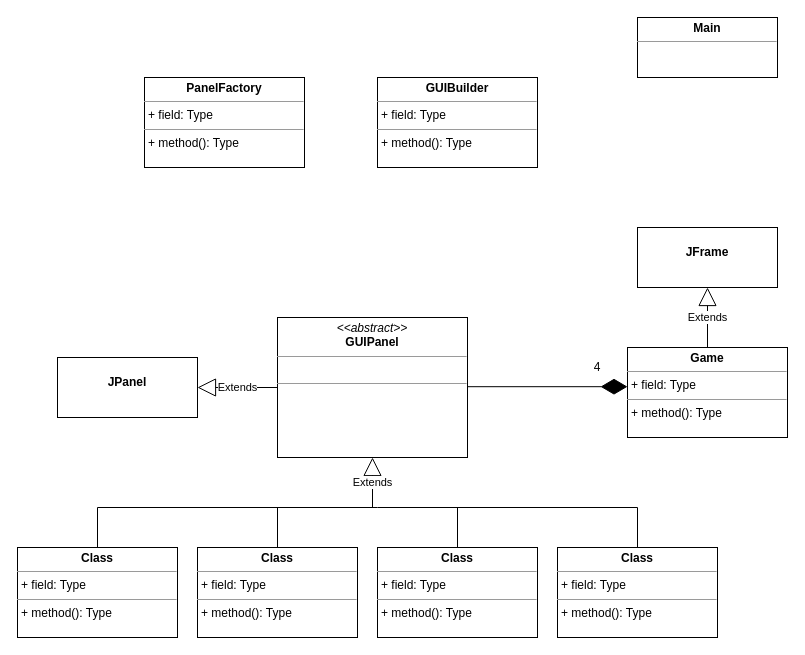
The draw.io diagram view.drawio in Robert-0410/360GroupProject, before the edit. Source tidied: cells renumbered, new cells numbered last; positions are measured from the earlier drawing's top-left corner, leaving out a move shared by most shapes. Both pictures are drawn from the tidied source at 100%, with x=0, y=0 at pixel (17, 17).
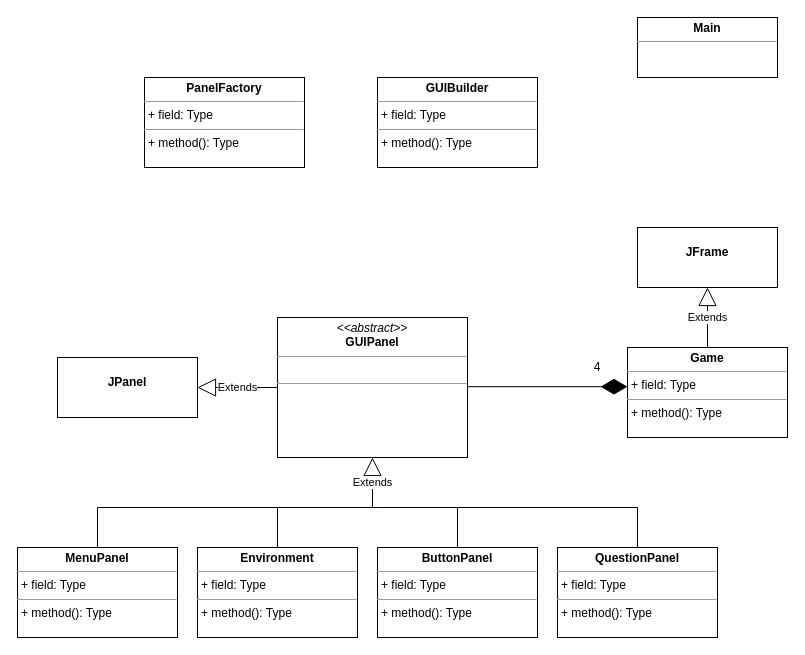
After the change.

Commit message:
Added the rest of panels that make up GUI.

Change to the diagram source:
```diff
@@
-    <mxCell id="4" value="&lt;p style=&quot;margin:0px;margin-top:4px;text-align:center;&quot;&gt;&lt;b&gt;Class&lt;/b&gt;&lt;/p&gt;&lt;hr size=&quot;1&quot;/&gt;&lt;p style=&quot;margin:0px;margin-left:4px;&quot;&gt;+ field: Type&lt;/p&gt;&lt;hr size=&quot;1&quot;/&gt;&lt;p style=&quot;margin:0px;margin-left:4px;&quot;&gt;+ method(): Type&lt;/p&gt;" style="verticalAlign=top;align=left;overflow=fill;fontSize=12;fontFamily=Helvetica;html=1;" parent="1" vertex="1">
+    <mxCell id="4" value="&lt;p style=&quot;margin: 0px ; margin-top: 4px ; text-align: center&quot;&gt;&lt;b&gt;MenuPanel&lt;/b&gt;&lt;/p&gt;&lt;hr size=&quot;1&quot;&gt;&lt;p style=&quot;margin: 0px ; margin-left: 4px&quot;&gt;+ field: Type&lt;/p&gt;&lt;hr size=&quot;1&quot;&gt;&lt;p style=&quot;margin: 0px ; margin-left: 4px&quot;&gt;+ method(): Type&lt;/p&gt;" style="verticalAlign=top;align=left;overflow=fill;fontSize=12;fontFamily=Helvetica;html=1;" parent="1" vertex="1">
       <mxGeometry y="530" width="160" height="90" as="geometry" />
     </mxCell>
-    <mxCell id="5" value="&lt;p style=&quot;margin:0px;margin-top:4px;text-align:center;&quot;&gt;&lt;b&gt;Class&lt;/b&gt;&lt;/p&gt;&lt;hr size=&quot;1&quot;/&gt;&lt;p style=&quot;margin:0px;margin-left:4px;&quot;&gt;+ field: Type&lt;/p&gt;&lt;hr size=&quot;1&quot;/&gt;&lt;p style=&quot;margin:0px;margin-left:4px;&quot;&gt;+ method(): Type&lt;/p&gt;" style="verticalAlign=top;align=left;overflow=fill;fontSize=12;fontFamily=Helvetica;html=1;" parent="1" vertex="1">
+    <mxCell id="5" value="&lt;p style=&quot;margin: 0px ; margin-top: 4px ; text-align: center&quot;&gt;&lt;b&gt;Environment&lt;/b&gt;&lt;/p&gt;&lt;hr size=&quot;1&quot;&gt;&lt;p style=&quot;margin: 0px ; margin-left: 4px&quot;&gt;+ field: Type&lt;/p&gt;&lt;hr size=&quot;1&quot;&gt;&lt;p style=&quot;margin: 0px ; margin-left: 4px&quot;&gt;+ method(): Type&lt;/p&gt;" style="verticalAlign=top;align=left;overflow=fill;fontSize=12;fontFamily=Helvetica;html=1;" parent="1" vertex="1">
       <mxGeometry x="180" y="530" width="160" height="90" as="geometry" />
     </mxCell>
-    <mxCell id="6" value="&lt;p style=&quot;margin:0px;margin-top:4px;text-align:center;&quot;&gt;&lt;b&gt;Class&lt;/b&gt;&lt;/p&gt;&lt;hr size=&quot;1&quot;/&gt;&lt;p style=&quot;margin:0px;margin-left:4px;&quot;&gt;+ field: Type&lt;/p&gt;&lt;hr size=&quot;1&quot;/&gt;&lt;p style=&quot;margin:0px;margin-left:4px;&quot;&gt;+ method(): Type&lt;/p&gt;" style="verticalAlign=top;align=left;overflow=fill;fontSize=12;fontFamily=Helvetica;html=1;" parent="1" vertex="1">
+    <mxCell id="6" value="&lt;p style=&quot;margin: 0px ; margin-top: 4px ; text-align: center&quot;&gt;&lt;b&gt;ButtonPanel&lt;/b&gt;&lt;/p&gt;&lt;hr size=&quot;1&quot;&gt;&lt;p style=&quot;margin: 0px ; margin-left: 4px&quot;&gt;+ field: Type&lt;/p&gt;&lt;hr size=&quot;1&quot;&gt;&lt;p style=&quot;margin: 0px ; margin-left: 4px&quot;&gt;+ method(): Type&lt;/p&gt;" style="verticalAlign=top;align=left;overflow=fill;fontSize=12;fontFamily=Helvetica;html=1;" parent="1" vertex="1">
       <mxGeometry x="360" y="530" width="160" height="90" as="geometry" />
     </mxCell>
-    <mxCell id="7" value="&lt;p style=&quot;margin:0px;margin-top:4px;text-align:center;&quot;&gt;&lt;b&gt;Class&lt;/b&gt;&lt;/p&gt;&lt;hr size=&quot;1&quot;/&gt;&lt;p style=&quot;margin:0px;margin-left:4px;&quot;&gt;+ field: Type&lt;/p&gt;&lt;hr size=&quot;1&quot;/&gt;&lt;p style=&quot;margin:0px;margin-left:4px;&quot;&gt;+ method(): Type&lt;/p&gt;" style="verticalAlign=top;align=left;overflow=fill;fontSize=12;fontFamily=Helvetica;html=1;" parent="1" vertex="1">
+    <mxCell id="7" value="&lt;p style=&quot;margin: 0px ; margin-top: 4px ; text-align: center&quot;&gt;&lt;b&gt;QuestionPanel&lt;/b&gt;&lt;/p&gt;&lt;hr size=&quot;1&quot;&gt;&lt;p style=&quot;margin: 0px ; margin-left: 4px&quot;&gt;+ field: Type&lt;/p&gt;&lt;hr size=&quot;1&quot;&gt;&lt;p style=&quot;margin: 0px ; margin-left: 4px&quot;&gt;+ method(): Type&lt;/p&gt;" style="verticalAlign=top;align=left;overflow=fill;fontSize=12;fontFamily=Helvetica;html=1;" parent="1" vertex="1">
       <mxGeometry x="540" y="530" width="160" height="90" as="geometry" />
     </mxCell>
```
